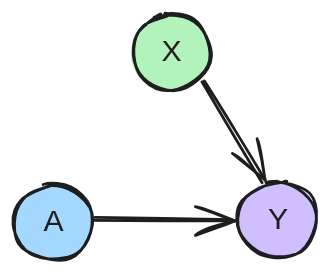
Earlier version of the Excalidraw export slides/img/intro/rct_dag.excalidraw.svg (strayMat/causal-ml-course). Source tidied: one line per element, renumbered; positions are measured from the earlier drawing's top-left corner, leaving out a move shared by most shapes. The source it was exported from:
```json
{"id": 0, "type": "ellipse", "strokeColor": "#1e1e1e", "backgroundColor": "#b2f2bb", "fillStyle": "solid", "strokeWidth": 2, "roughness": 1, "round": true, "x": 84, "y": 0, "width": 56, "height": 54}
{"id": 1, "type": "text", "text": "X", "strokeColor": "#1e1e1e", "strokeWidth": 2, "roughness": 1, "fontSize": 21.54, "fontFamily": 2, "textAlign": "center", "verticalAlign": "middle", "inside": 0, "x": 105, "y": 15, "width": 14, "height": 25}
{"id": 2, "type": "arrow", "strokeColor": "#1e1e1e", "strokeWidth": 2, "roughness": 1, "endArrowhead": "arrow", "round": true, "from": 0, "to": 3, "x": 135, "y": 48, "width": 43, "height": 72, "points": [[0, 0], [43, 72]]}
{"id": 3, "type": "ellipse", "strokeColor": "#1e1e1e", "backgroundColor": "#d0bfff", "fillStyle": "solid", "strokeWidth": 2, "roughness": 1, "round": true, "x": 160, "y": 119, "width": 56, "height": 54}
{"id": 4, "type": "text", "text": "Y", "strokeColor": "#1e1e1e", "strokeWidth": 2, "roughness": 1, "fontSize": 21.54, "fontFamily": 2, "textAlign": "center", "verticalAlign": "middle", "inside": 3, "x": 181, "y": 134, "width": 14, "height": 25}
{"id": 5, "type": "ellipse", "strokeColor": "#1e1e1e", "backgroundColor": "#a5d8ff", "fillStyle": "solid", "strokeWidth": 2, "roughness": 1, "round": true, "x": 0, "y": 121, "width": 56, "height": 54}
{"id": 6, "type": "text", "text": "A", "strokeColor": "#1e1e1e", "strokeWidth": 2, "roughness": 1, "fontSize": 21.54, "fontFamily": 2, "textAlign": "center", "verticalAlign": "middle", "inside": 5, "x": 21, "y": 136, "width": 14, "height": 25}
{"id": 7, "type": "arrow", "strokeColor": "#1e1e1e", "backgroundColor": "#a5d8ff", "fillStyle": "solid", "strokeWidth": 2, "roughness": 1, "endArrowhead": "arrow", "round": true, "from": 5, "to": 3, "x": 57, "y": 146, "width": 99, "height": 1, "points": [[0, 0], [99, 1]]}
```
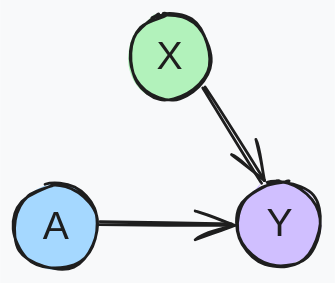
The same file after the commit.

Diff of the diagram source:
```diff
@@ -1,8 +1,8 @@
-{"id": 0, "type": "ellipse", "strokeColor": "#1e1e1e", "backgroundColor": "#b2f2bb", "fillStyle": "solid", "strokeWidth": 2, "roughness": 1, "round": true, "x": 84, "y": 0, "width": 56, "height": 54}
+{"id": 0, "type": "ellipse", "strokeColor": "#1e1e1e", "backgroundColor": "#b2f2bb", "fillStyle": "solid", "strokeWidth": 2, "roughness": 1, "round": true, "x": 82, "y": 0, "width": 58, "height": 61}
-{"id": 1, "type": "text", "text": "X", "strokeColor": "#1e1e1e", "strokeWidth": 2, "roughness": 1, "fontSize": 21.54, "fontFamily": 2, "textAlign": "center", "verticalAlign": "middle", "inside": 0, "x": 105, "y": 15, "width": 14, "height": 25}
+{"id": 1, "type": "text", "text": "X", "strokeColor": "#1e1e1e", "strokeWidth": 2, "roughness": 1, "fontSize": 28, "fontFamily": 2, "textAlign": "center", "verticalAlign": "middle", "inside": 0, "x": 102, "y": 14, "width": 19, "height": 32}
-{"id": 2, "type": "arrow", "strokeColor": "#1e1e1e", "strokeWidth": 2, "roughness": 1, "endArrowhead": "arrow", "round": true, "from": 0, "to": 3, "x": 135, "y": 48, "width": 43, "height": 72, "points": [[0, 0], [43, 72]]}
+{"id": 2, "type": "arrow", "strokeColor": "#1e1e1e", "strokeWidth": 2, "roughness": 1, "endArrowhead": "arrow", "round": true, "from": 0, "to": 3, "x": 136, "y": 52, "width": 42, "height": 69, "points": [[0, 0], [42, 69]]}
-{"id": 3, "type": "ellipse", "strokeColor": "#1e1e1e", "backgroundColor": "#d0bfff", "fillStyle": "solid", "strokeWidth": 2, "roughness": 1, "round": true, "x": 160, "y": 119, "width": 56, "height": 54}
+{"id": 3, "type": "ellipse", "strokeColor": "#1e1e1e", "backgroundColor": "#d0bfff", "fillStyle": "solid", "strokeWidth": 2, "roughness": 1, "round": true, "x": 160, "y": 119, "width": 59, "height": 61}
-{"id": 4, "type": "text", "text": "Y", "strokeColor": "#1e1e1e", "strokeWidth": 2, "roughness": 1, "fontSize": 21.54, "fontFamily": 2, "textAlign": "center", "verticalAlign": "middle", "inside": 3, "x": 181, "y": 134, "width": 14, "height": 25}
+{"id": 4, "type": "text", "text": "Y", "strokeColor": "#1e1e1e", "strokeWidth": 2, "roughness": 1, "fontSize": 28, "fontFamily": 2, "textAlign": "center", "verticalAlign": "middle", "inside": 3, "x": 180, "y": 134, "width": 19, "height": 32}
-{"id": 5, "type": "ellipse", "strokeColor": "#1e1e1e", "backgroundColor": "#a5d8ff", "fillStyle": "solid", "strokeWidth": 2, "roughness": 1, "round": true, "x": 0, "y": 121, "width": 56, "height": 54}
+{"id": 5, "type": "ellipse", "strokeColor": "#1e1e1e", "backgroundColor": "#a5d8ff", "fillStyle": "solid", "strokeWidth": 2, "roughness": 1, "round": true, "x": 0, "y": 121, "width": 60, "height": 61}
-{"id": 6, "type": "text", "text": "A", "strokeColor": "#1e1e1e", "strokeWidth": 2, "roughness": 1, "fontSize": 21.54, "fontFamily": 2, "textAlign": "center", "verticalAlign": "middle", "inside": 5, "x": 21, "y": 136, "width": 14, "height": 25}
+{"id": 6, "type": "text", "text": "A", "strokeColor": "#1e1e1e", "strokeWidth": 2, "roughness": 1, "fontSize": 28, "fontFamily": 2, "textAlign": "center", "verticalAlign": "middle", "inside": 5, "x": 20, "y": 136, "width": 19, "height": 32}
-{"id": 7, "type": "arrow", "strokeColor": "#1e1e1e", "backgroundColor": "#a5d8ff", "fillStyle": "solid", "strokeWidth": 2, "roughness": 1, "endArrowhead": "arrow", "round": true, "from": 5, "to": 3, "x": 57, "y": 146, "width": 99, "height": 1, "points": [[0, 0], [99, 1]]}
+{"id": 7, "type": "arrow", "strokeColor": "#1e1e1e", "backgroundColor": "#a5d8ff", "fillStyle": "solid", "strokeWidth": 2, "roughness": 1, "endArrowhead": "arrow", "round": true, "from": 5, "to": 3, "x": 61, "y": 149, "width": 96, "height": 2, "points": [[0, 0], [96, 2]]}
```
